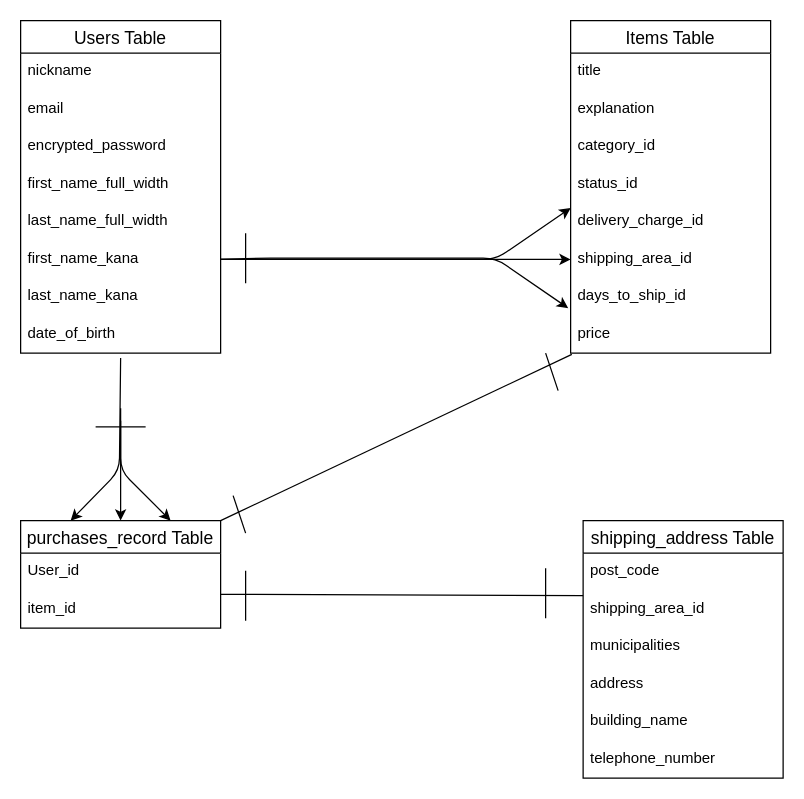
Koki-Nambu/furima-37351 keeps this draw.io diagram as ER.dio. Above is the earlier version. Source tidied: cells renumbered, new cells numbered last; positions are measured from the earlier drawing's top-left corner, leaving out a move shared by most shapes. Both pictures are drawn from the tidied source at 125%, with x=0, y=0 at pixel (20, 20).
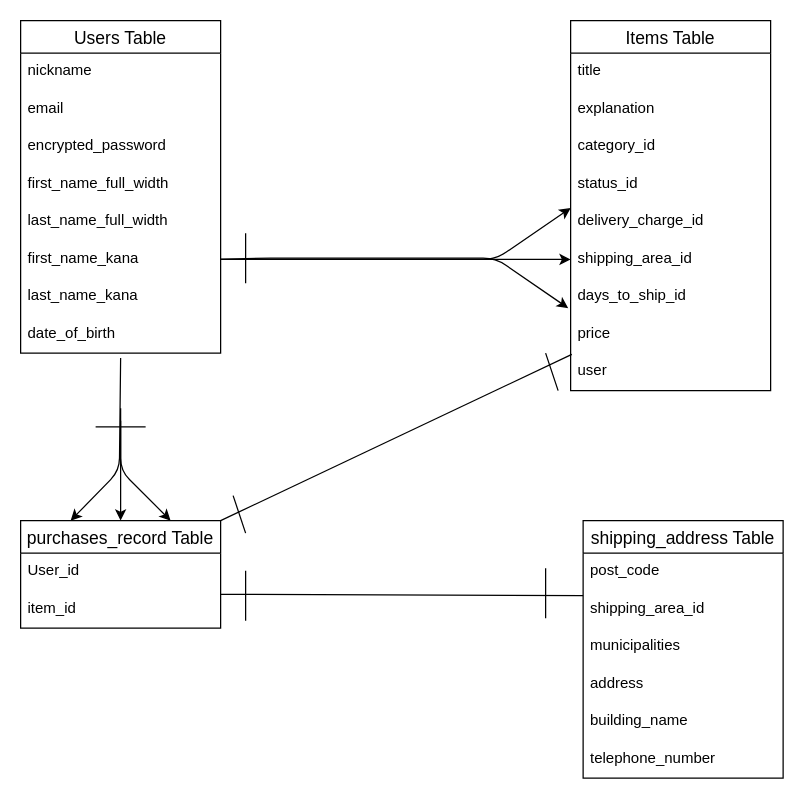
The same page after the edit.

What changed in the source:
```diff
@@
     <mxCell id="14" value="Items Table" style="swimlane;fontStyle=0;horizontal=1;startSize=26;align=center;fontSize=14;" parent="1" vertex="1">
-      <mxGeometry x="440" width="160" height="266" as="geometry" />
+      <mxGeometry x="440" width="160" height="296" as="geometry" />
     </mxCell>
@@
+    <mxCell id="44" value="user" style="text;strokeColor=none;fillColor=none;spacingLeft=4;spacingRight=4;overflow=hidden;fontSize=12;" parent="14" vertex="1">
+      <mxGeometry y="266" width="160" height="30" as="geometry" />
+    </mxCell>
```
